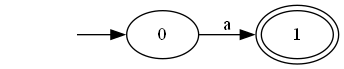
JuanDiegoAvila/Laboratorio_Compiladores keeps this Graphviz diagram as test-output/round-table.gv.png. Above is the earlier version. Its source is kept beside it as test-output/round-table.gv.
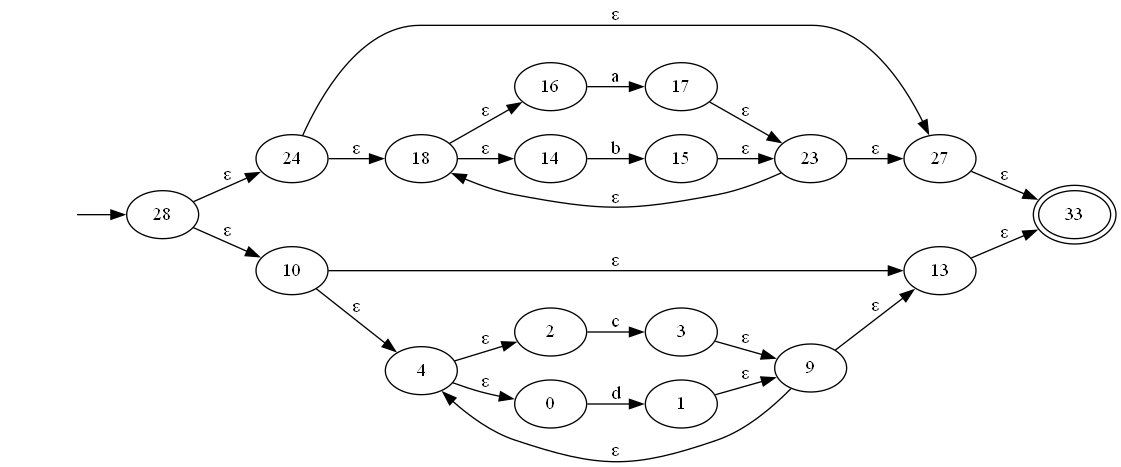
The same diagram one commit later.

Change to the diagram source:
```diff
@@ -1,8 +1,47 @@
 digraph {
 	graph [rankdir=LR]
 	inicio [label="" shape=none]
+	28
+	inicio -> 28
+	28 -> 24 [label="ε"]
+	28 -> 10 [label="ε"]
+	24
+	24 -> 27 [label="ε"]
+	24 -> 18 [label="ε"]
+	10
+	10 -> 13 [label="ε"]
+	10 -> 4 [label="ε"]
+	27
+	27 -> 33 [label="ε"]
+	18
+	18 -> 16 [label="ε"]
+	18 -> 14 [label="ε"]
+	13
+	13 -> 33 [label="ε"]
+	4
+	4 -> 2 [label="ε"]
+	4 -> 0 [label="ε"]
+	33 [peripheries=2]
+	16
+	16 -> 17 [label=a]
+	14
+	14 -> 15 [label=b]
+	2
+	2 -> 3 [label=c]
 	0
-	inicio -> 0
-	0 -> 1 [label=a]
-	1 [peripheries=2]
+	0 -> 1 [label=d]
+	17
+	17 -> 23 [label="ε"]
+	15
+	15 -> 23 [label="ε"]
+	3
+	3 -> 9 [label="ε"]
+	1
+	1 -> 9 [label="ε"]
+	23
+	23 -> 18 [label="ε"]
+	23 -> 27 [label="ε"]
+	9
+	9 -> 4 [label="ε"]
+	9 -> 13 [label="ε"]
 }
```
